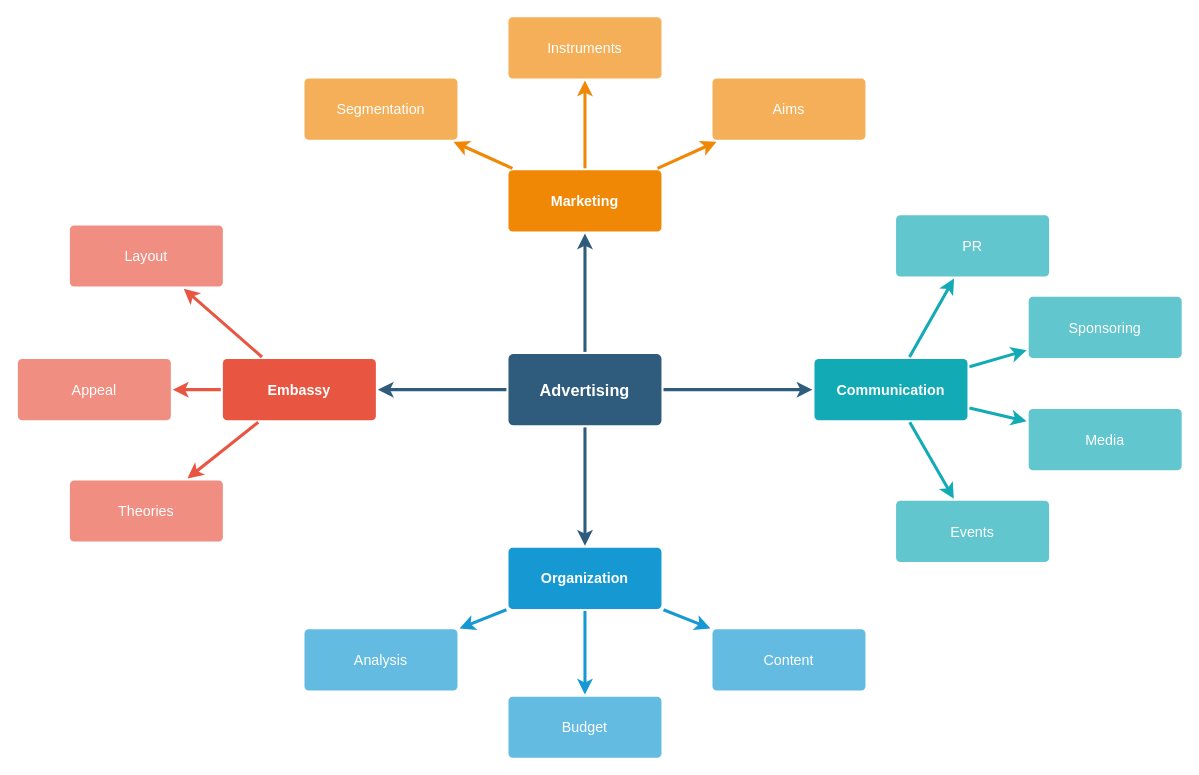
Before: Untitled Diagram.drawio in gutojau/projetoteste, a draw.io diagram. Source tidied: cells renumbered, new cells numbered last; positions are measured from the earlier drawing's top-left corner, leaving out a move shared by most shapes. Both pictures are drawn from the tidied source at 102%, with x=0, y=0 at pixel (17, 16).
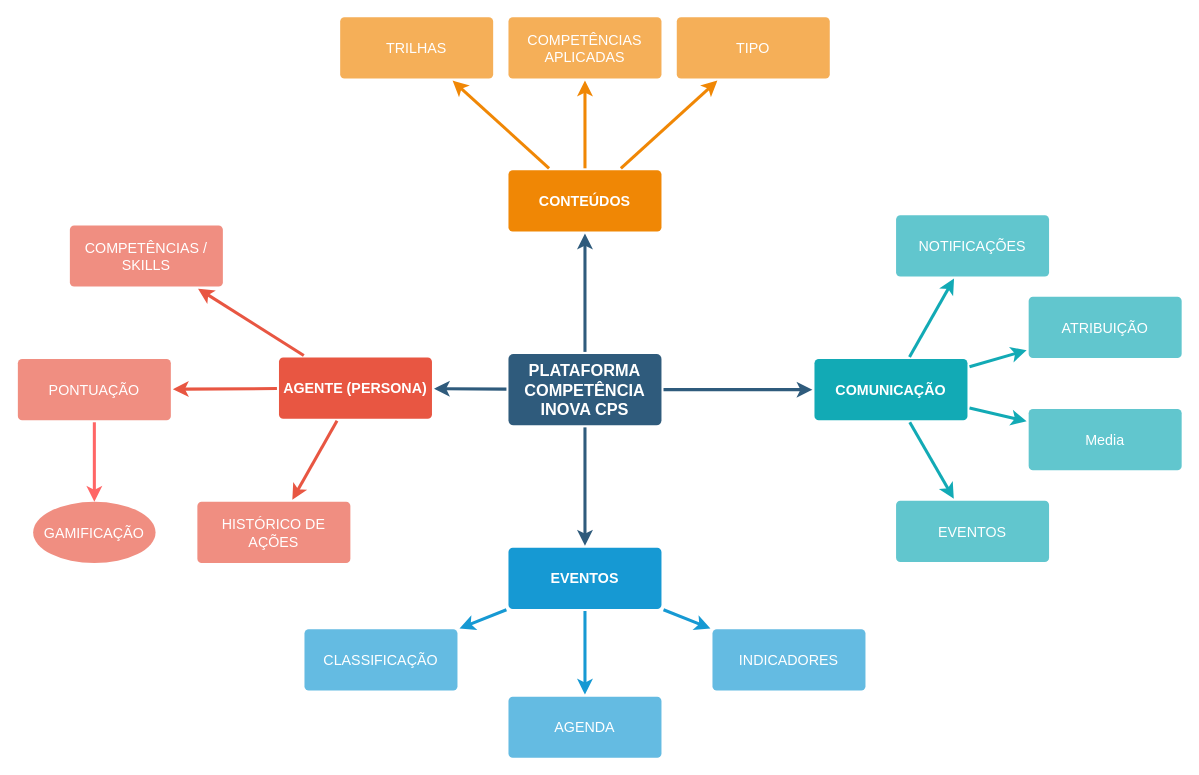
Above is the later version.

What changed in the source:
```diff
@@
-    <mxCell id="6" value="Advertising" style="rounded=1;whiteSpace=wrap;html=1;shadow=0;labelBackgroundColor=none;strokeColor=none;strokeWidth=3;fillColor=#2F5B7C;fontFamily=Helvetica;fontSize=16;fontColor=#FFFFFF;align=center;fontStyle=1;spacing=5;arcSize=7;perimeterSpacing=2;" parent="1" vertex="1">
+    <mxCell id="6" value="&lt;div&gt;PLATAFORMA COMPETÊNCIA&lt;/div&gt;&lt;div&gt;INOVA CPS&lt;br&gt;&lt;/div&gt;" style="rounded=1;whiteSpace=wrap;html=1;shadow=0;labelBackgroundColor=none;strokeColor=none;strokeWidth=3;fillColor=#2F5B7C;fontFamily=Helvetica;fontSize=16;fontColor=#FFFFFF;align=center;fontStyle=1;spacing=5;arcSize=7;perimeterSpacing=2;" parent="1" vertex="1">
       <mxGeometry x="481" y="330.5" width="150" height="70" as="geometry" />
     </mxCell>
@@
-    <mxCell id="10" value="Embassy" style="rounded=1;whiteSpace=wrap;html=1;shadow=0;labelBackgroundColor=none;strokeColor=none;strokeWidth=3;fillColor=#e85642;fontFamily=Helvetica;fontSize=14;fontColor=#FFFFFF;align=center;spacing=5;fontStyle=1;arcSize=7;perimeterSpacing=2;" parent="1" vertex="1">
-      <mxGeometry x="201" y="335.5" width="150" height="60" as="geometry" />
+    <mxCell id="10" value="AGENTE (PERSONA)" style="rounded=1;whiteSpace=wrap;html=1;shadow=0;labelBackgroundColor=none;strokeColor=none;strokeWidth=3;fillColor=#e85642;fontFamily=Helvetica;fontSize=14;fontColor=#FFFFFF;align=center;spacing=5;fontStyle=1;arcSize=7;perimeterSpacing=2;" parent="1" vertex="1">
+      <mxGeometry x="256" y="334" width="150" height="60" as="geometry" />
     </mxCell>
-    <mxCell id="11" value="Theories" style="rounded=1;whiteSpace=wrap;html=1;shadow=0;labelBackgroundColor=none;strokeColor=none;strokeWidth=3;fillColor=#f08e81;fontFamily=Helvetica;fontSize=14;fontColor=#FFFFFF;align=center;spacing=5;fontStyle=0;arcSize=7;perimeterSpacing=2;" parent="1" vertex="1">
-      <mxGeometry x="51" y="454.5" width="150" height="60" as="geometry" />
+    <mxCell id="11" value="HISTÓRICO DE AÇÕES" style="rounded=1;whiteSpace=wrap;html=1;shadow=0;labelBackgroundColor=none;strokeColor=none;strokeWidth=3;fillColor=#f08e81;fontFamily=Helvetica;fontSize=14;fontColor=#FFFFFF;align=center;spacing=5;fontStyle=0;arcSize=7;perimeterSpacing=2;" parent="1" vertex="1">
+      <mxGeometry x="176" y="475.5" width="150" height="60" as="geometry" />
     </mxCell>
+    <mxCell id="37" style="edgeStyle=orthogonalEdgeStyle;rounded=0;jettySize=auto;html=1;strokeWidth=3;strokeColor=#FF6666;" parent="1" edge="1" source="12" target="38">
+      <mxGeometry relative="1" as="geometry" />
+    </mxCell>
-    <mxCell id="12" value="Appeal" style="rounded=1;whiteSpace=wrap;html=1;shadow=0;labelBackgroundColor=none;strokeColor=none;strokeWidth=3;fillColor=#f08e81;fontFamily=Helvetica;fontSize=14;fontColor=#FFFFFF;align=center;spacing=5;fontStyle=0;arcSize=7;perimeterSpacing=2;" parent="1" vertex="1">
+    <mxCell id="12" value="PONTUAÇÃO" style="rounded=1;whiteSpace=wrap;html=1;shadow=0;labelBackgroundColor=none;strokeColor=none;strokeWidth=3;fillColor=#f08e81;fontFamily=Helvetica;fontSize=14;fontColor=#FFFFFF;align=center;spacing=5;fontStyle=0;arcSize=7;perimeterSpacing=2;" parent="1" vertex="1">
       <mxGeometry y="335.5" width="150" height="60" as="geometry" />
     </mxCell>
-    <mxCell id="13" value="Layout" style="rounded=1;whiteSpace=wrap;html=1;shadow=0;labelBackgroundColor=none;strokeColor=none;strokeWidth=3;fillColor=#f08e81;fontFamily=Helvetica;fontSize=14;fontColor=#FFFFFF;align=center;spacing=5;fontStyle=0;arcSize=7;perimeterSpacing=2;" parent="1" vertex="1">
+    <mxCell id="13" value="COMPETÊNCIAS / SKILLS" style="rounded=1;whiteSpace=wrap;html=1;shadow=0;labelBackgroundColor=none;strokeColor=none;strokeWidth=3;fillColor=#f08e81;fontFamily=Helvetica;fontSize=14;fontColor=#FFFFFF;align=center;spacing=5;fontStyle=0;arcSize=7;perimeterSpacing=2;" parent="1" vertex="1">
       <mxGeometry x="51" y="204.5" width="150" height="60" as="geometry" />
     </mxCell>
@@
-    <mxCell id="17" value="Organization" style="rounded=1;whiteSpace=wrap;html=1;shadow=0;labelBackgroundColor=none;strokeColor=none;strokeWidth=3;fillColor=#1699d3;fontFamily=Helvetica;fontSize=14;fontColor=#FFFFFF;align=center;spacing=5;fontStyle=1;arcSize=7;perimeterSpacing=2;" parent="1" vertex="1">
+    <mxCell id="17" value="EVENTOS" style="rounded=1;whiteSpace=wrap;html=1;shadow=0;labelBackgroundColor=none;strokeColor=none;strokeWidth=3;fillColor=#1699d3;fontFamily=Helvetica;fontSize=14;fontColor=#FFFFFF;align=center;spacing=5;fontStyle=1;arcSize=7;perimeterSpacing=2;" parent="1" vertex="1">
       <mxGeometry x="481" y="520.5" width="150" height="60" as="geometry" />
     </mxCell>
-    <mxCell id="18" value="Content" style="rounded=1;whiteSpace=wrap;html=1;shadow=0;labelBackgroundColor=none;strokeColor=none;strokeWidth=3;fillColor=#64bbe2;fontFamily=Helvetica;fontSize=14;fontColor=#FFFFFF;align=center;spacing=5;arcSize=7;perimeterSpacing=2;" parent="1" vertex="1">
+    <mxCell id="18" value="INDICADORES" style="rounded=1;whiteSpace=wrap;html=1;shadow=0;labelBackgroundColor=none;strokeColor=none;strokeWidth=3;fillColor=#64bbe2;fontFamily=Helvetica;fontSize=14;fontColor=#FFFFFF;align=center;spacing=5;arcSize=7;perimeterSpacing=2;" parent="1" vertex="1">
       <mxGeometry x="681" y="600.5" width="150" height="60" as="geometry" />
     </mxCell>
-    <mxCell id="19" value="Budget" style="rounded=1;whiteSpace=wrap;html=1;shadow=0;labelBackgroundColor=none;strokeColor=none;strokeWidth=3;fillColor=#64bbe2;fontFamily=Helvetica;fontSize=14;fontColor=#FFFFFF;align=center;spacing=5;arcSize=7;perimeterSpacing=2;" parent="1" vertex="1">
+    <mxCell id="19" value="AGENDA" style="rounded=1;whiteSpace=wrap;html=1;shadow=0;labelBackgroundColor=none;strokeColor=none;strokeWidth=3;fillColor=#64bbe2;fontFamily=Helvetica;fontSize=14;fontColor=#FFFFFF;align=center;spacing=5;arcSize=7;perimeterSpacing=2;" parent="1" vertex="1">
       <mxGeometry x="481" y="666.5" width="150" height="60" as="geometry" />
     </mxCell>
-    <mxCell id="20" value="Analysis" style="rounded=1;whiteSpace=wrap;html=1;shadow=0;labelBackgroundColor=none;strokeColor=none;strokeWidth=3;fillColor=#64bbe2;fontFamily=Helvetica;fontSize=14;fontColor=#FFFFFF;align=center;spacing=5;arcSize=7;perimeterSpacing=2;" parent="1" vertex="1">
+    <mxCell id="20" value="CLASSIFICAÇÃO" style="rounded=1;whiteSpace=wrap;html=1;shadow=0;labelBackgroundColor=none;strokeColor=none;strokeWidth=3;fillColor=#64bbe2;fontFamily=Helvetica;fontSize=14;fontColor=#FFFFFF;align=center;spacing=5;arcSize=7;perimeterSpacing=2;" parent="1" vertex="1">
       <mxGeometry x="281" y="600.5" width="150" height="60" as="geometry" />
     </mxCell>
-    <mxCell id="21" value="Marketing" style="rounded=1;whiteSpace=wrap;html=1;shadow=0;labelBackgroundColor=none;strokeColor=none;strokeWidth=3;fillColor=#F08705;fontFamily=Helvetica;fontSize=14;fontColor=#FFFFFF;align=center;spacing=5;fontStyle=1;arcSize=7;perimeterSpacing=2;" parent="1" vertex="1">
+    <mxCell id="21" value="CONTEÚDOS" style="rounded=1;whiteSpace=wrap;html=1;shadow=0;labelBackgroundColor=none;strokeColor=none;strokeWidth=3;fillColor=#F08705;fontFamily=Helvetica;fontSize=14;fontColor=#FFFFFF;align=center;spacing=5;fontStyle=1;arcSize=7;perimeterSpacing=2;" parent="1" vertex="1">
       <mxGeometry x="481" y="150.5" width="150" height="60" as="geometry" />
     </mxCell>
-    <mxCell id="22" value="Aims&lt;br&gt;" style="rounded=1;whiteSpace=wrap;html=1;shadow=0;labelBackgroundColor=none;strokeColor=none;strokeWidth=3;fillColor=#f5af58;fontFamily=Helvetica;fontSize=14;fontColor=#FFFFFF;align=center;spacing=5;arcSize=7;perimeterSpacing=2;" parent="1" vertex="1">
-      <mxGeometry x="681" y="60.5" width="150" height="60" as="geometry" />
+    <mxCell id="22" value="TIPO" style="rounded=1;whiteSpace=wrap;html=1;shadow=0;labelBackgroundColor=none;strokeColor=none;strokeWidth=3;fillColor=#f5af58;fontFamily=Helvetica;fontSize=14;fontColor=#FFFFFF;align=center;spacing=5;arcSize=7;perimeterSpacing=2;" parent="1" vertex="1">
+      <mxGeometry x="646" y="0.5" width="150" height="60" as="geometry" />
     </mxCell>
@@
-    <mxCell id="24" value="Instruments" style="rounded=1;whiteSpace=wrap;html=1;shadow=0;labelBackgroundColor=none;strokeColor=none;strokeWidth=3;fillColor=#f5af58;fontFamily=Helvetica;fontSize=14;fontColor=#FFFFFF;align=center;spacing=5;arcSize=7;perimeterSpacing=2;" parent="1" vertex="1">
+    <mxCell id="24" value="COMPETÊNCIAS APLICADAS" style="rounded=1;whiteSpace=wrap;html=1;shadow=0;labelBackgroundColor=none;strokeColor=none;strokeWidth=3;fillColor=#f5af58;fontFamily=Helvetica;fontSize=14;fontColor=#FFFFFF;align=center;spacing=5;arcSize=7;perimeterSpacing=2;" parent="1" vertex="1">
       <mxGeometry x="481" y="0.5" width="150" height="60" as="geometry" />
     </mxCell>
@@
-    <mxCell id="26" value="Segmentation" style="rounded=1;whiteSpace=wrap;html=1;shadow=0;labelBackgroundColor=none;strokeColor=none;strokeWidth=3;fillColor=#f5af58;fontFamily=Helvetica;fontSize=14;fontColor=#FFFFFF;align=center;spacing=5;arcSize=7;perimeterSpacing=2;" parent="1" vertex="1">
-      <mxGeometry x="281" y="60.5" width="150" height="60" as="geometry" />
+    <mxCell id="26" value="TRILHAS" style="rounded=1;whiteSpace=wrap;html=1;shadow=0;labelBackgroundColor=none;strokeColor=none;strokeWidth=3;fillColor=#f5af58;fontFamily=Helvetica;fontSize=14;fontColor=#FFFFFF;align=center;spacing=5;arcSize=7;perimeterSpacing=2;" parent="1" vertex="1">
+      <mxGeometry x="316" y="0.5" width="150" height="60" as="geometry" />
     </mxCell>
@@
-    <mxCell id="28" value="Communication" style="rounded=1;whiteSpace=wrap;html=1;shadow=0;labelBackgroundColor=none;strokeColor=none;strokeWidth=3;fillColor=#12aab5;fontFamily=Helvetica;fontSize=14;fontColor=#FFFFFF;align=center;spacing=5;fontStyle=1;arcSize=7;perimeterSpacing=2;" parent="1" vertex="1">
+    <mxCell id="28" value="COMUNICAÇÃO" style="rounded=1;whiteSpace=wrap;html=1;shadow=0;labelBackgroundColor=none;strokeColor=none;strokeWidth=3;fillColor=#12aab5;fontFamily=Helvetica;fontSize=14;fontColor=#FFFFFF;align=center;spacing=5;fontStyle=1;arcSize=7;perimeterSpacing=2;" parent="1" vertex="1">
       <mxGeometry x="781" y="335.5" width="150" height="60" as="geometry" />
     </mxCell>
-    <mxCell id="29" value="Events" style="rounded=1;whiteSpace=wrap;html=1;shadow=0;labelBackgroundColor=none;strokeColor=none;strokeWidth=3;fillColor=#61c6ce;fontFamily=Helvetica;fontSize=14;fontColor=#FFFFFF;align=center;spacing=5;fontStyle=0;arcSize=7;perimeterSpacing=2;" parent="1" vertex="1">
+    <mxCell id="29" value="EVENTOS" style="rounded=1;whiteSpace=wrap;html=1;shadow=0;labelBackgroundColor=none;strokeColor=none;strokeWidth=3;fillColor=#61c6ce;fontFamily=Helvetica;fontSize=14;fontColor=#FFFFFF;align=center;spacing=5;fontStyle=0;arcSize=7;perimeterSpacing=2;" parent="1" vertex="1">
       <mxGeometry x="861" y="474.5" width="150" height="60" as="geometry" />
     </mxCell>
@@
-    <mxCell id="33" value="Sponsoring" style="rounded=1;whiteSpace=wrap;html=1;shadow=0;labelBackgroundColor=none;strokeColor=none;strokeWidth=3;fillColor=#61c6ce;fontFamily=Helvetica;fontSize=14;fontColor=#FFFFFF;align=center;spacing=5;fontStyle=0;arcSize=7;perimeterSpacing=2;" parent="1" vertex="1">
+    <mxCell id="33" value="ATRIBUIÇÃO" style="rounded=1;whiteSpace=wrap;html=1;shadow=0;labelBackgroundColor=none;strokeColor=none;strokeWidth=3;fillColor=#61c6ce;fontFamily=Helvetica;fontSize=14;fontColor=#FFFFFF;align=center;spacing=5;fontStyle=0;arcSize=7;perimeterSpacing=2;" parent="1" vertex="1">
       <mxGeometry x="991" y="274.5" width="150" height="60" as="geometry" />
     </mxCell>
@@
-    <mxCell id="35" value="PR" style="rounded=1;whiteSpace=wrap;html=1;shadow=0;labelBackgroundColor=none;strokeColor=none;strokeWidth=3;fillColor=#61c6ce;fontFamily=Helvetica;fontSize=14;fontColor=#FFFFFF;align=center;spacing=5;fontStyle=0;arcSize=7;perimeterSpacing=2;" parent="1" vertex="1">
+    <mxCell id="35" value="NOTIFICAÇÕES" style="rounded=1;whiteSpace=wrap;html=1;shadow=0;labelBackgroundColor=none;strokeColor=none;strokeWidth=3;fillColor=#61c6ce;fontFamily=Helvetica;fontSize=14;fontColor=#FFFFFF;align=center;spacing=5;fontStyle=0;arcSize=7;perimeterSpacing=2;" parent="1" vertex="1">
       <mxGeometry x="861" y="194.5" width="150" height="60" as="geometry" />
     </mxCell>
@@
+    <mxCell id="38" value="GAMIFICAÇÃO" style="ellipse;whiteSpace=wrap;html=1;fontSize=14;fillColor=#f08e81;strokeColor=none;fontColor=#FFFFFF;rounded=1;shadow=0;labelBackgroundColor=none;strokeWidth=3;spacing=5;fontStyle=0;arcSize=7;" parent="1" vertex="1">
+      <mxGeometry x="15" y="475.5" width="120" height="60" as="geometry" />
+    </mxCell>
```
